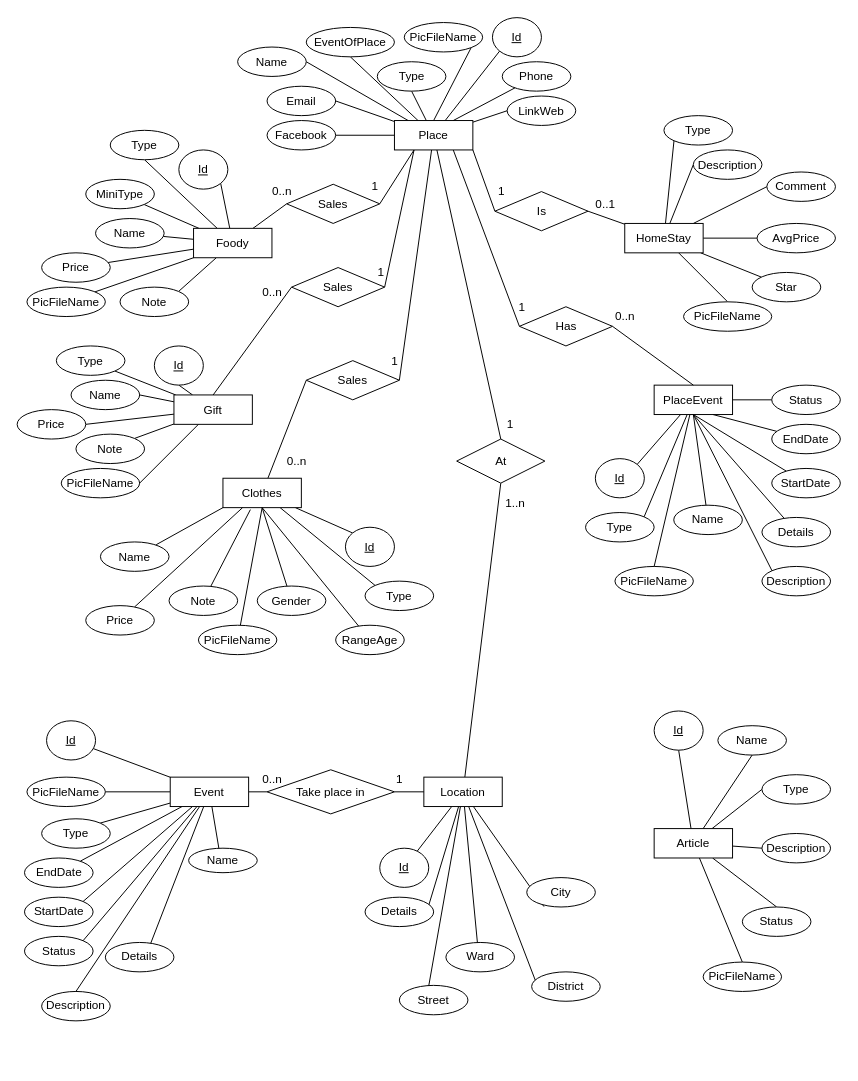
Earlier version of the draw.io diagram VisitVietnamERM.drawio (KhoaDQ/VisitVietnamRepo). Source tidied: cells renumbered, new cells numbered last; positions are measured from the earlier drawing's top-left corner, leaving out a move shared by most shapes. Both pictures are drawn from the tidied source at 98%, with x=0, y=0 at pixel (17, 17).
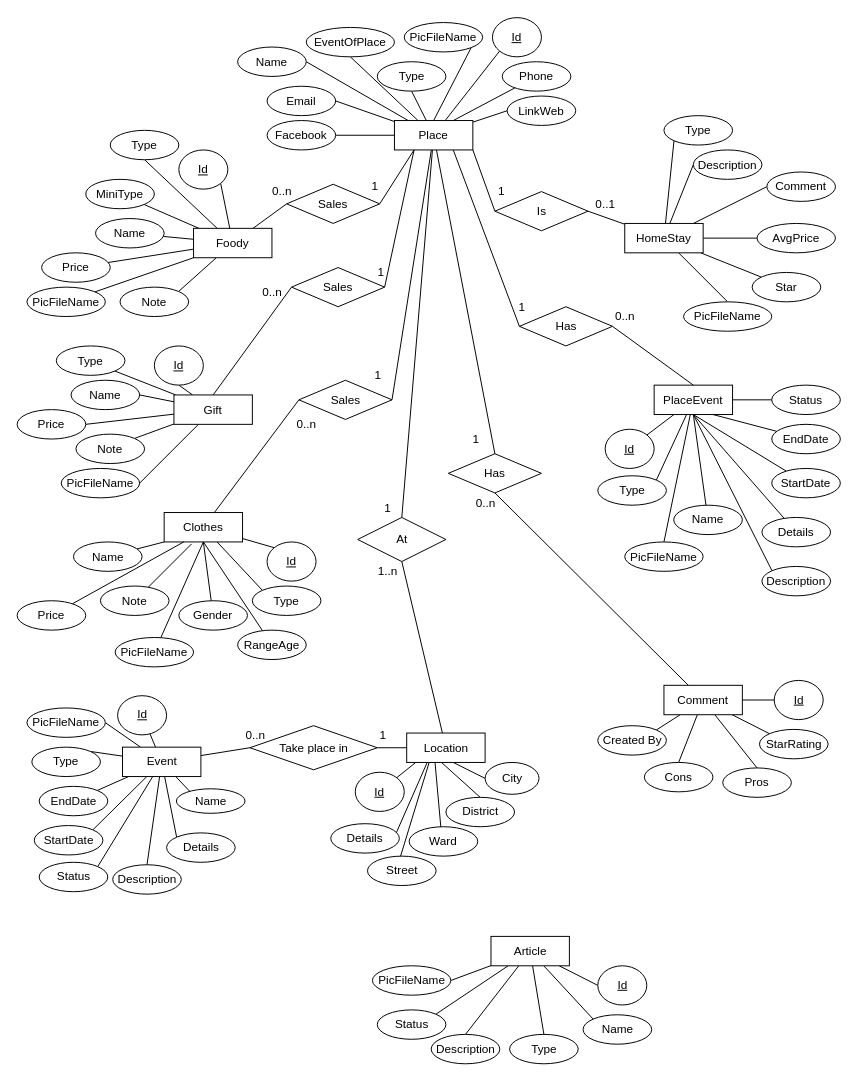
The same diagram, later.

Unchanged cells that the change refers to:
```xml
<mxCell id="16" value="Place" style="whiteSpace=wrap;html=1;align=center;" parent="1" vertex="1">
  <mxGeometry x="385" y="105.5" width="80" height="30" as="geometry" />
</mxCell>
```

Change to the diagram source:
```diff
@@
+    <mxCell id="178" style="rounded=0;jettySize=auto;html=1;endArrow=none;endFill=0;entryX=0.5;entryY=0;entryDx=0;entryDy=0;" parent="1" edge="1" source="16" target="191">
+      <mxGeometry relative="1" as="geometry" />
+    </mxCell>
@@
     <mxCell id="28" value="Clothes" style="whiteSpace=wrap;html=1;align=center;" parent="1" vertex="1">
-      <mxGeometry x="210" y="470.5" width="80" height="30" as="geometry" />
+      <mxGeometry x="150" y="505.5" width="80" height="30" as="geometry" />
     </mxCell>
@@
-    <mxCell id="30" style="edgeStyle=none;rounded=0;jettySize=auto;html=1;entryX=0;entryY=0;entryDx=0;entryDy=0;endArrow=none;endFill=0;" parent="1" edge="1" source="36" target="77">
-      <mxGeometry relative="1" as="geometry" />
+    <mxCell id="30" style="edgeStyle=none;rounded=0;jettySize=auto;html=1;entryX=0;entryY=0;entryDx=0;entryDy=0;endArrow=none;endFill=0;" parent="1" edge="1" target="77">
+      <mxGeometry relative="1" as="geometry">
+        <mxPoint x="418.4" y="760.5" as="sourcePoint" />
+      </mxGeometry>
     </mxCell>
-    <mxCell id="31" style="edgeStyle=none;rounded=0;jettySize=auto;html=1;endArrow=none;endFill=0;" parent="1" edge="1" source="36" target="84">
-      <mxGeometry relative="1" as="geometry" />
+    <mxCell id="31" style="edgeStyle=none;rounded=0;jettySize=auto;html=1;endArrow=none;endFill=0;" parent="1" edge="1" target="84">
+      <mxGeometry relative="1" as="geometry">
+        <mxPoint x="406.7" y="760.5" as="sourcePoint" />
+      </mxGeometry>
     </mxCell>
-    <mxCell id="32" style="edgeStyle=none;rounded=0;jettySize=auto;html=1;entryX=0.357;entryY=0.96;entryDx=0;entryDy=0;entryPerimeter=0;endArrow=none;endFill=0;" parent="1" edge="1" source="36" target="78">
-      <mxGeometry relative="1" as="geometry" />
+    <mxCell id="32" style="edgeStyle=none;rounded=0;jettySize=auto;html=1;entryX=0.357;entryY=0.96;entryDx=0;entryDy=0;entryPerimeter=0;endArrow=none;endFill=0;" parent="1" edge="1" target="78">
+      <mxGeometry relative="1" as="geometry">
+        <mxPoint x="420.4" y="760.5" as="sourcePoint" />
+      </mxGeometry>
     </mxCell>
-    <mxCell id="33" style="edgeStyle=none;rounded=0;jettySize=auto;html=1;entryX=0.5;entryY=1;entryDx=0;entryDy=0;endArrow=none;endFill=0;" parent="1" edge="1" source="36" target="79">
-      <mxGeometry relative="1" as="geometry" />
+    <mxCell id="33" style="edgeStyle=none;rounded=0;jettySize=auto;html=1;entryX=0.5;entryY=1;entryDx=0;entryDy=0;endArrow=none;endFill=0;" parent="1" edge="1" target="79">
+      <mxGeometry relative="1" as="geometry">
+        <mxPoint x="426.4" y="760.5" as="sourcePoint" />
+      </mxGeometry>
     </mxCell>
-    <mxCell id="34" style="edgeStyle=none;rounded=0;jettySize=auto;html=1;entryX=0.251;entryY=0.987;entryDx=0;entryDy=0;entryPerimeter=0;endArrow=none;endFill=0;" parent="1" edge="1" source="36" target="81">
-      <mxGeometry relative="1" as="geometry" />
+    <mxCell id="34" style="edgeStyle=none;rounded=0;jettySize=auto;html=1;entryX=0;entryY=0.5;entryDx=0;entryDy=0;endArrow=none;endFill=0;" parent="1" edge="1" target="81">
+      <mxGeometry relative="1" as="geometry">
+        <mxPoint x="445" y="760.5" as="sourcePoint" />
+      </mxGeometry>
     </mxCell>
-    <mxCell id="35" style="edgeStyle=none;rounded=0;jettySize=auto;html=1;entryX=0;entryY=1;entryDx=0;entryDy=0;endArrow=none;endFill=0;" parent="1" edge="1" source="36" target="80">
-      <mxGeometry relative="1" as="geometry" />
+    <mxCell id="35" style="edgeStyle=none;rounded=0;jettySize=auto;html=1;entryX=0.5;entryY=0;entryDx=0;entryDy=0;endArrow=none;endFill=0;" parent="1" edge="1" target="80">
+      <mxGeometry relative="1" as="geometry">
+        <mxPoint x="433" y="760.5" as="sourcePoint" />
+      </mxGeometry>
     </mxCell>
     <mxCell id="36" value="Location" style="whiteSpace=wrap;html=1;align=center;" parent="1" vertex="1">
-      <mxGeometry x="415" y="775.5" width="80" height="30" as="geometry" />
+      <mxGeometry x="397.5" y="730.5" width="80" height="30" as="geometry" />
     </mxCell>
@@
-    <mxCell id="61" style="edgeStyle=none;rounded=0;jettySize=auto;html=1;entryX=0.5;entryY=1;entryDx=0;entryDy=0;endArrow=none;endFill=0;" parent="1" edge="1" source="67" target="136">
+    <mxCell id="61" style="edgeStyle=none;rounded=0;jettySize=auto;html=1;entryX=0;entryY=0;entryDx=0;entryDy=0;endArrow=none;endFill=0;" parent="1" edge="1" source="67" target="136">
       <mxGeometry relative="1" as="geometry" />
     </mxCell>
@@
     <mxCell id="67" value="Event" style="whiteSpace=wrap;html=1;align=center;" parent="1" vertex="1">
-      <mxGeometry x="156.2" y="775.5" width="80" height="30" as="geometry" />
+      <mxGeometry x="107.5" y="744.9" width="80" height="30" as="geometry" />
     </mxCell>
@@
     <mxCell id="77" value="Details" style="ellipse;whiteSpace=wrap;html=1;align=center;direction=west;" parent="1" vertex="1">
-      <mxGeometry x="355" y="898" width="70" height="30" as="geometry" />
+      <mxGeometry x="320" y="823" width="70" height="30" as="geometry" />
     </mxCell>
     <mxCell id="78" value="Street" style="ellipse;whiteSpace=wrap;html=1;align=center;" parent="1" vertex="1">
-      <mxGeometry x="390" y="988" width="70" height="30" as="geometry" />
+      <mxGeometry x="357.5" y="856.1" width="70" height="30" as="geometry" />
     </mxCell>
     <mxCell id="79" value="Ward" style="ellipse;whiteSpace=wrap;html=1;align=center;" parent="1" vertex="1">
-      <mxGeometry x="437.5" y="944.2" width="70" height="30" as="geometry" />
+      <mxGeometry x="400" y="826.1" width="70" height="30" as="geometry" />
     </mxCell>
     <mxCell id="80" value="District" style="ellipse;whiteSpace=wrap;html=1;align=center;" parent="1" vertex="1">
-      <mxGeometry x="525" y="974.2" width="70" height="30" as="geometry" />
+      <mxGeometry x="437.5" y="796.1" width="70" height="30" as="geometry" />
     </mxCell>
     <mxCell id="81" value="City" style="ellipse;whiteSpace=wrap;html=1;align=center;" parent="1" vertex="1">
-      <mxGeometry x="520" y="878" width="70" height="30" as="geometry" />
+      <mxGeometry x="477.5" y="760.5" width="55" height="32.5" as="geometry" />
     </mxCell>
@@
     <mxCell id="84" value="Id" style="ellipse;whiteSpace=wrap;html=1;align=center;fontStyle=4;" parent="1" vertex="1">
-      <mxGeometry x="370" y="848" width="50" height="40" as="geometry" />
+      <mxGeometry x="345" y="770.5" width="50" height="40" as="geometry" />
     </mxCell>
     <mxCell id="85" value="Id" style="ellipse;whiteSpace=wrap;html=1;align=center;fontStyle=4;" parent="1" vertex="1">
-      <mxGeometry x="30" y="718" width="50" height="40" as="geometry" />
+      <mxGeometry x="102.5" y="692.4" width="50" height="40" as="geometry" />
     </mxCell>
     <mxCell id="86" value="Id" style="ellipse;whiteSpace=wrap;html=1;align=center;fontStyle=4;" parent="1" vertex="1">
-      <mxGeometry x="335" y="520.5" width="50" height="40" as="geometry" />
+      <mxGeometry x="255" y="535.5" width="50" height="40" as="geometry" />
     </mxCell>
@@
     <mxCell id="101" value="Name" style="ellipse;whiteSpace=wrap;html=1;align=center;" parent="1" vertex="1">
-      <mxGeometry x="85" y="535.5" width="70" height="30" as="geometry" />
+      <mxGeometry x="57.5" y="535.5" width="70" height="30" as="geometry" />
     </mxCell>
     <mxCell id="102" value="Type" style="ellipse;whiteSpace=wrap;html=1;align=center;" parent="1" vertex="1">
-      <mxGeometry x="355" y="575.5" width="70" height="30" as="geometry" />
+      <mxGeometry x="240" y="580.5" width="70" height="30" as="geometry" />
     </mxCell>
@@
     <mxCell id="104" value="Price" style="ellipse;whiteSpace=wrap;html=1;align=center;" parent="1" vertex="1">
-      <mxGeometry x="70" y="600.5" width="70" height="30" as="geometry" />
+      <mxGeometry y="595.5" width="70" height="30" as="geometry" />
     </mxCell>
     <mxCell id="105" style="edgeStyle=none;rounded=0;jettySize=auto;html=1;endArrow=none;endFill=0;" parent="1" edge="1" source="106">
       <mxGeometry relative="1" as="geometry">
-        <mxPoint x="238" y="502.5" as="targetPoint" />
+        <mxPoint x="178" y="537.5" as="targetPoint" />
       </mxGeometry>
     </mxCell>
     <mxCell id="106" value="Note" style="ellipse;whiteSpace=wrap;html=1;align=center;" parent="1" vertex="1">
-      <mxGeometry x="155" y="580.5" width="70" height="30" as="geometry" />
+      <mxGeometry x="85" y="580.5" width="70" height="30" as="geometry" />
     </mxCell>
@@
     <mxCell id="108" value="PicFileName" style="ellipse;whiteSpace=wrap;html=1;align=center;" parent="1" vertex="1">
-      <mxGeometry x="185" y="620.5" width="80" height="30" as="geometry" />
+      <mxGeometry x="100" y="633" width="80" height="30" as="geometry" />
     </mxCell>
@@
     <mxCell id="110" value="Gender" style="ellipse;whiteSpace=wrap;html=1;align=center;" parent="1" vertex="1">
-      <mxGeometry x="245" y="580.5" width="70" height="30" as="geometry" />
+      <mxGeometry x="165" y="595.5" width="70" height="30" as="geometry" />
     </mxCell>
@@
     <mxCell id="112" value="RangeAge" style="ellipse;whiteSpace=wrap;html=1;align=center;" parent="1" vertex="1">
-      <mxGeometry x="325" y="620.5" width="70" height="30" as="geometry" />
+      <mxGeometry x="225" y="625.5" width="70" height="30" as="geometry" />
     </mxCell>
     <mxCell id="113" value="Id" style="ellipse;whiteSpace=wrap;html=1;align=center;fontStyle=4;" parent="1" vertex="1">
-      <mxGeometry x="590" y="450.5" width="50" height="40" as="geometry" />
+      <mxGeometry x="600" y="420.5" width="50" height="40" as="geometry" />
     </mxCell>
@@
     <mxCell id="116" value="Type" style="ellipse;whiteSpace=wrap;html=1;align=center;" parent="1" vertex="1">
-      <mxGeometry x="580" y="505.5" width="70" height="30" as="geometry" />
+      <mxGeometry x="592.5" y="468" width="70" height="30" as="geometry" />
     </mxCell>
@@
     <mxCell id="121" value="PicFileName" style="ellipse;whiteSpace=wrap;html=1;align=center;" parent="1" vertex="1">
-      <mxGeometry x="610" y="560.5" width="80" height="30" as="geometry" />
+      <mxGeometry x="620" y="535.5" width="80" height="30" as="geometry" />
     </mxCell>
@@
     <mxCell id="133" value="Name" style="ellipse;whiteSpace=wrap;html=1;align=center;" parent="1" vertex="1">
-      <mxGeometry x="175" y="848" width="70" height="25" as="geometry" />
+      <mxGeometry x="162.5" y="787.4" width="70" height="25" as="geometry" />
     </mxCell>
     <mxCell id="134" value="Type" style="ellipse;whiteSpace=wrap;html=1;align=center;" parent="1" vertex="1">
-      <mxGeometry x="25" y="818" width="70" height="30" as="geometry" />
+      <mxGeometry x="15" y="744.9" width="70" height="30" as="geometry" />
     </mxCell>
     <mxCell id="135" value="Description" style="ellipse;whiteSpace=wrap;html=1;align=center;" parent="1" vertex="1">
-      <mxGeometry x="25" y="994.2" width="70" height="30" as="geometry" />
+      <mxGeometry x="97.5" y="864.9" width="70" height="30" as="geometry" />
     </mxCell>
     <mxCell id="136" value="Details" style="ellipse;whiteSpace=wrap;html=1;align=center;" parent="1" vertex="1">
-      <mxGeometry x="90" y="944.2" width="70" height="30" as="geometry" />
+      <mxGeometry x="152.5" y="832.4" width="70" height="30" as="geometry" />
     </mxCell>
     <mxCell id="137" value="PicFileName" style="ellipse;whiteSpace=wrap;html=1;align=center;" parent="1" vertex="1">
-      <mxGeometry x="10" y="775.5" width="80" height="30" as="geometry" />
+      <mxGeometry x="10" y="704.9" width="80" height="30" as="geometry" />
     </mxCell>
     <mxCell id="138" value="StartDate" style="ellipse;whiteSpace=wrap;html=1;align=center;" parent="1" vertex="1">
-      <mxGeometry x="7.5" y="898" width="70" height="30" as="geometry" />
+      <mxGeometry x="17.5" y="824.9" width="70" height="30" as="geometry" />
     </mxCell>
     <mxCell id="139" value="EndDate" style="ellipse;whiteSpace=wrap;html=1;align=center;" parent="1" vertex="1">
-      <mxGeometry x="7.5" y="858" width="70" height="30" as="geometry" />
+      <mxGeometry x="22.5" y="784.9" width="70" height="30" as="geometry" />
     </mxCell>
     <mxCell id="140" value="Status" style="ellipse;whiteSpace=wrap;html=1;align=center;" parent="1" vertex="1">
-      <mxGeometry x="7.5" y="938" width="70" height="30" as="geometry" />
+      <mxGeometry x="22.5" y="862.4" width="70" height="30" as="geometry" />
     </mxCell>
     <mxCell id="141" value="At" style="shape=rhombus;perimeter=rhombusPerimeter;whiteSpace=wrap;html=1;align=center;" parent="1" vertex="1">
-      <mxGeometry x="448.5" y="430.5" width="90" height="45" as="geometry" />
+      <mxGeometry x="347.5" y="510.5" width="90" height="45" as="geometry" />
     </mxCell>
@@
     <mxCell id="145" value="Sales" style="shape=rhombus;perimeter=rhombusPerimeter;whiteSpace=wrap;html=1;align=center;" parent="1" vertex="1">
-      <mxGeometry x="295" y="350.5" width="95" height="40" as="geometry" />
+      <mxGeometry x="287.5" y="370.5" width="95" height="40" as="geometry" />
     </mxCell>
@@
     <mxCell id="150" value="Take place in" style="shape=rhombus;perimeter=rhombusPerimeter;whiteSpace=wrap;html=1;align=center;" parent="1" vertex="1">
-      <mxGeometry x="255" y="768" width="130" height="45" as="geometry" />
+      <mxGeometry x="237.5" y="723" width="130" height="45" as="geometry" />
     </mxCell>
-    <mxCell id="151" style="edgeStyle=none;rounded=0;jettySize=auto;html=1;entryX=0.5;entryY=1;entryDx=0;entryDy=0;endArrow=none;endFill=0;" parent="1" edge="1" source="157" target="158">
+    <mxCell id="151" style="edgeStyle=none;rounded=0;jettySize=auto;html=1;entryX=0;entryY=0.5;entryDx=0;entryDy=0;endArrow=none;endFill=0;" parent="1" edge="1" source="157" target="158">
       <mxGeometry relative="1" as="geometry" />
     </mxCell>
-    <mxCell id="152" style="edgeStyle=none;rounded=0;jettySize=auto;html=1;entryX=0;entryY=0.5;entryDx=0;entryDy=0;endArrow=none;endFill=0;" parent="1" edge="1" source="157" target="160">
+    <mxCell id="152" style="edgeStyle=none;rounded=0;jettySize=auto;html=1;entryX=0.5;entryY=0;entryDx=0;entryDy=0;endArrow=none;endFill=0;" parent="1" edge="1" source="157" target="160">
       <mxGeometry relative="1" as="geometry" />
     </mxCell>
-    <mxCell id="153" style="edgeStyle=none;rounded=0;jettySize=auto;html=1;entryX=0;entryY=0.5;entryDx=0;entryDy=0;endArrow=none;endFill=0;" parent="1" edge="1" source="157" target="161">
+    <mxCell id="153" style="edgeStyle=none;rounded=0;jettySize=auto;html=1;entryX=0.5;entryY=0;entryDx=0;entryDy=0;endArrow=none;endFill=0;" parent="1" edge="1" source="157" target="161">
       <mxGeometry relative="1" as="geometry" />
     </mxCell>
-    <mxCell id="154" style="edgeStyle=none;rounded=0;jettySize=auto;html=1;entryX=0.5;entryY=1;entryDx=0;entryDy=0;endArrow=none;endFill=0;" parent="1" edge="1" source="157" target="159">
+    <mxCell id="154" style="edgeStyle=none;rounded=0;jettySize=auto;html=1;entryX=0;entryY=0;entryDx=0;entryDy=0;endArrow=none;endFill=0;" parent="1" edge="1" source="157" target="159">
       <mxGeometry relative="1" as="geometry" />
     </mxCell>
-    <mxCell id="155" style="edgeStyle=none;rounded=0;jettySize=auto;html=1;entryX=0.5;entryY=0;entryDx=0;entryDy=0;endArrow=none;endFill=0;" parent="1" edge="1" source="157" target="162">
+    <mxCell id="155" style="edgeStyle=none;rounded=0;jettySize=auto;html=1;entryX=1;entryY=0;entryDx=0;entryDy=0;endArrow=none;endFill=0;" parent="1" edge="1" source="157" target="162">
       <mxGeometry relative="1" as="geometry" />
     </mxCell>
-    <mxCell id="156" style="edgeStyle=none;rounded=0;jettySize=auto;html=1;entryX=0.5;entryY=0;entryDx=0;entryDy=0;endArrow=none;endFill=0;" parent="1" edge="1" source="157" target="163">
+    <mxCell id="156" style="edgeStyle=none;rounded=0;jettySize=auto;html=1;entryX=1;entryY=0.5;entryDx=0;entryDy=0;endArrow=none;endFill=0;" parent="1" edge="1" source="157" target="163">
       <mxGeometry relative="1" as="geometry" />
     </mxCell>
     <mxCell id="157" value="Article" style="whiteSpace=wrap;html=1;align=center;" parent="1" vertex="1">
-      <mxGeometry x="650" y="828" width="80" height="30" as="geometry" />
+      <mxGeometry x="483.5" y="938" width="80" height="30" as="geometry" />
     </mxCell>
     <mxCell id="158" value="Id" style="ellipse;whiteSpace=wrap;html=1;align=center;fontStyle=4;" parent="1" vertex="1">
-      <mxGeometry x="650" y="708" width="50" height="40" as="geometry" />
+      <mxGeometry x="592.5" y="968" width="50" height="40" as="geometry" />
     </mxCell>
     <mxCell id="159" value="Name" style="ellipse;whiteSpace=wrap;html=1;align=center;" parent="1" vertex="1">
-      <mxGeometry x="715" y="723" width="70" height="30" as="geometry" />
+      <mxGeometry x="577.5" y="1018" width="70" height="30" as="geometry" />
     </mxCell>
     <mxCell id="160" value="Type" style="ellipse;whiteSpace=wrap;html=1;align=center;" parent="1" vertex="1">
-      <mxGeometry x="760" y="773" width="70" height="30" as="geometry" />
+      <mxGeometry x="502.5" y="1038" width="70" height="30" as="geometry" />
     </mxCell>
     <mxCell id="161" value="Description" style="ellipse;whiteSpace=wrap;html=1;align=center;" parent="1" vertex="1">
-      <mxGeometry x="760" y="833" width="70" height="30" as="geometry" />
+      <mxGeometry x="422.5" y="1038" width="70" height="30" as="geometry" />
     </mxCell>
     <mxCell id="162" value="Status" style="ellipse;whiteSpace=wrap;html=1;align=center;" parent="1" vertex="1">
-      <mxGeometry x="740" y="908" width="70" height="30" as="geometry" />
+      <mxGeometry x="367.5" y="1013" width="70" height="30" as="geometry" />
     </mxCell>
     <mxCell id="163" value="PicFileName" style="ellipse;whiteSpace=wrap;html=1;align=center;" parent="1" vertex="1">
-      <mxGeometry x="700" y="964.2" width="80" height="30" as="geometry" />
+      <mxGeometry x="362.5" y="968" width="80" height="30" as="geometry" />
     </mxCell>
@@
     <mxCell id="166" value="0..n" style="text;html=1;align=center;verticalAlign=middle;" parent="1" vertex="1">
-      <mxGeometry x="265" y="443" width="40" height="20" as="geometry" />
+      <mxGeometry x="275" y="405.5" width="40" height="20" as="geometry" />
     </mxCell>
@@
     <mxCell id="169" value="1..n" style="text;html=1;align=center;verticalAlign=middle;" parent="1" vertex="1">
-      <mxGeometry x="487.5" y="485.5" width="40" height="20" as="geometry" />
+      <mxGeometry x="357.5" y="555.5" width="40" height="20" as="geometry" />
     </mxCell>
@@
     <mxCell id="174" value="1" style="text;html=1;align=center;verticalAlign=middle;" parent="1" vertex="1">
-      <mxGeometry x="492.5" y="405.5" width="20" height="20" as="geometry" />
+      <mxGeometry x="367.5" y="490.5" width="20" height="20" as="geometry" />
     </mxCell>
     <mxCell id="175" value="1" style="text;html=1;align=center;verticalAlign=middle;" parent="1" vertex="1">
-      <mxGeometry x="375" y="340.5" width="20" height="20" as="geometry" />
+      <mxGeometry x="357.5" y="355.5" width="20" height="20" as="geometry" />
     </mxCell>
     <mxCell id="176" value="0..n" style="text;html=1;align=center;verticalAlign=middle;" parent="1" vertex="1">
-      <mxGeometry x="240" y="768" width="40" height="20" as="geometry" />
+      <mxGeometry x="222.5" y="723" width="40" height="20" as="geometry" />
     </mxCell>
     <mxCell id="177" value="1" style="text;html=1;align=center;verticalAlign=middle;" parent="1" vertex="1">
-      <mxGeometry x="380" y="768" width="20" height="20" as="geometry" />
+      <mxGeometry x="362.5" y="723" width="20" height="20" as="geometry" />
     </mxCell>
+    <mxCell id="179" style="edgeStyle=none;rounded=0;jettySize=auto;html=1;entryX=0;entryY=0.5;entryDx=0;entryDy=0;endArrow=none;endFill=0;" parent="1" edge="1" source="185" target="186">
+      <mxGeometry relative="1" as="geometry" />
+    </mxCell>
+    <mxCell id="180" style="edgeStyle=none;rounded=0;jettySize=auto;html=1;entryX=1;entryY=0;entryDx=0;entryDy=0;endArrow=none;endFill=0;" parent="1" edge="1" source="185" target="188">
+      <mxGeometry relative="1" as="geometry" />
+    </mxCell>
+    <mxCell id="181" style="edgeStyle=none;rounded=0;jettySize=auto;html=1;entryX=0.5;entryY=0;entryDx=0;entryDy=0;endArrow=none;endFill=0;" parent="1" edge="1" source="185" target="189">
+      <mxGeometry relative="1" as="geometry" />
+    </mxCell>
+    <mxCell id="182" style="edgeStyle=none;rounded=0;jettySize=auto;html=1;entryX=0;entryY=0;entryDx=0;entryDy=0;endArrow=none;endFill=0;" parent="1" edge="1" source="185" target="187">
+      <mxGeometry relative="1" as="geometry" />
+    </mxCell>
+    <mxCell id="183" style="edgeStyle=none;rounded=0;jettySize=auto;html=1;entryX=0.5;entryY=0;entryDx=0;entryDy=0;endArrow=none;endFill=0;" parent="1" edge="1" source="185" target="190">
+      <mxGeometry relative="1" as="geometry" />
+    </mxCell>
+    <mxCell id="184" style="edgeStyle=none;rounded=0;jettySize=auto;html=1;entryX=0.5;entryY=1;entryDx=0;entryDy=0;endArrow=none;endFill=0;" parent="1" edge="1" source="185" target="191">
+      <mxGeometry relative="1" as="geometry" />
+    </mxCell>
+    <mxCell id="185" value="Comment" style="whiteSpace=wrap;html=1;align=center;" parent="1" vertex="1">
+      <mxGeometry x="660" y="681.8" width="80" height="30" as="geometry" />
+    </mxCell>
+    <mxCell id="186" value="Id" style="ellipse;whiteSpace=wrap;html=1;align=center;fontStyle=4;" parent="1" vertex="1">
+      <mxGeometry x="772.5" y="676.8" width="50" height="40" as="geometry" />
+    </mxCell>
+    <mxCell id="187" value="StarRating" style="ellipse;whiteSpace=wrap;html=1;align=center;" parent="1" vertex="1">
+      <mxGeometry x="757.5" y="726.8" width="70" height="30" as="geometry" />
+    </mxCell>
+    <mxCell id="188" value="Created By" style="ellipse;whiteSpace=wrap;html=1;align=center;" parent="1" vertex="1">
+      <mxGeometry x="592.5" y="723" width="70" height="30" as="geometry" />
+    </mxCell>
+    <mxCell id="189" value="Pros" style="ellipse;whiteSpace=wrap;html=1;align=center;" parent="1" vertex="1">
+      <mxGeometry x="720" y="766.1" width="70" height="30" as="geometry" />
+    </mxCell>
+    <mxCell id="190" value="Cons" style="ellipse;whiteSpace=wrap;html=1;align=center;" parent="1" vertex="1">
+      <mxGeometry x="640" y="760.5" width="70" height="30" as="geometry" />
+    </mxCell>
+    <mxCell id="191" value="Has" style="shape=rhombus;perimeter=rhombusPerimeter;whiteSpace=wrap;html=1;align=center;" parent="1" vertex="1">
+      <mxGeometry x="440" y="445.5" width="95" height="40" as="geometry" />
+    </mxCell>
+    <mxCell id="192" value="0..n" style="text;html=1;align=center;verticalAlign=middle;" parent="1" vertex="1">
+      <mxGeometry x="457.5" y="485.5" width="40" height="20" as="geometry" />
+    </mxCell>
+    <mxCell id="193" value="1" style="text;html=1;align=center;verticalAlign=middle;" parent="1" vertex="1">
+      <mxGeometry x="457.5" y="420.5" width="20" height="20" as="geometry" />
+    </mxCell>
```
